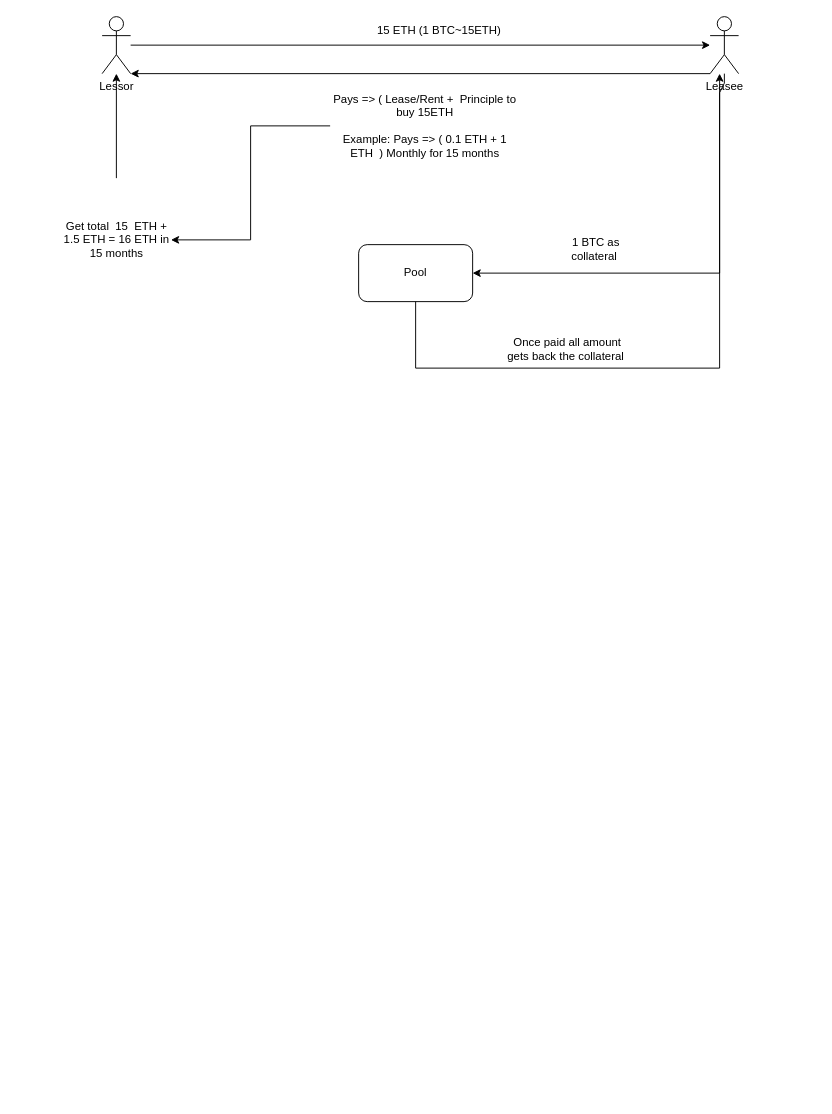
Above: Lease.drawio in web3dopamine/De-iFi (draw.io), before the change. Source tidied: cells renumbered, new cells numbered last; positions are measured from the earlier drawing's top-left corner, leaving out a move shared by most shapes. Both pictures are drawn from the tidied source at 95%, with x=0, y=0 at pixel (62, 16).
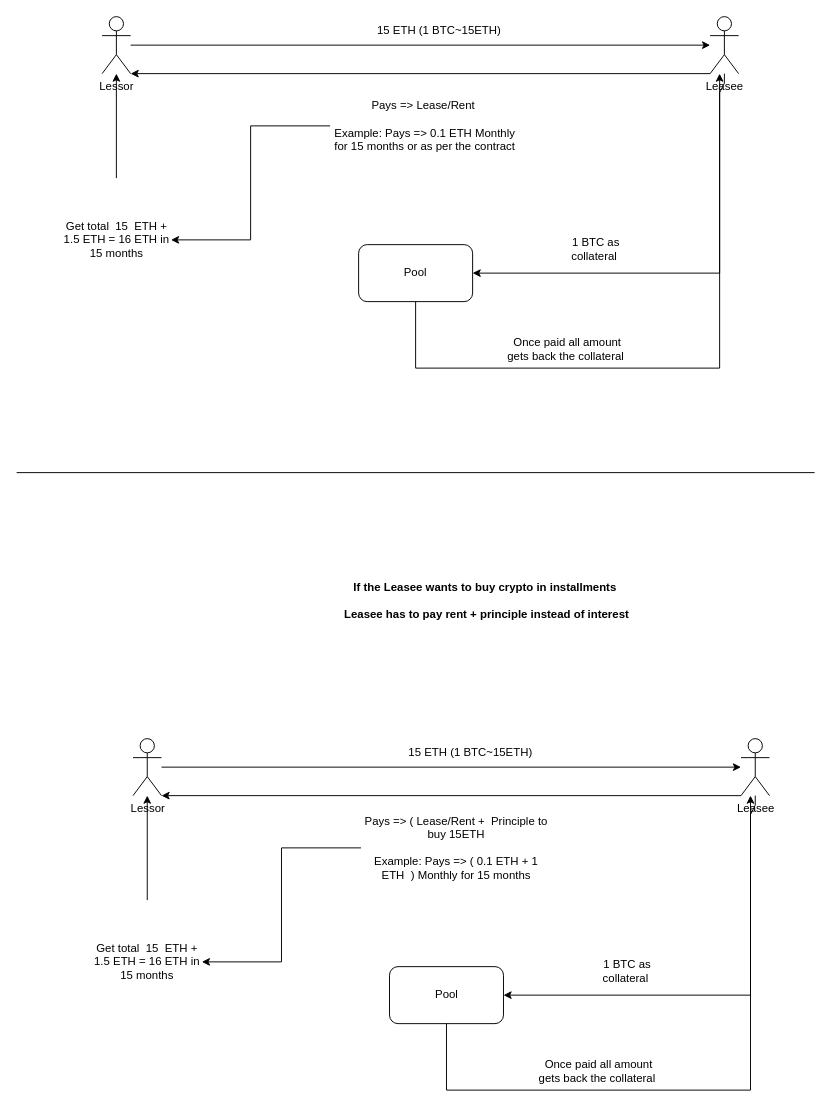
The same page after the edit.

What changed in the source:
```diff
@@
-    <mxCell id="11" value="Pays =&amp;gt; ( Lease/Rent +&amp;nbsp; Principle to buy 15ETH&lt;br&gt;&lt;br&gt;Example: Pays =&amp;gt; ( 0.1 ETH + 1 ETH&amp;nbsp; ) Monthly for 15 months&lt;br&gt;" style="text;html=1;strokeColor=none;fillColor=none;align=center;verticalAlign=middle;whiteSpace=wrap;rounded=0;" parent="1" vertex="1">
+    <mxCell id="11" value="Pays =&amp;gt; Lease/Rent&amp;nbsp;&lt;br&gt;&lt;br&gt;Example: Pays =&amp;gt; 0.1 ETH Monthly for 15 months or as per the contract" style="text;html=1;strokeColor=none;fillColor=none;align=center;verticalAlign=middle;whiteSpace=wrap;rounded=0;" parent="1" vertex="1">
       <mxGeometry x="282" y="60" width="200" height="110" as="geometry" />
     </mxCell>
@@
+    <mxCell id="16" value="Lessor" style="shape=umlActor;verticalLabelPosition=bottom;verticalAlign=top;html=1;outlineConnect=0;" parent="1" vertex="1">
+      <mxGeometry x="74.5" y="760" width="30" height="60" as="geometry" />
+    </mxCell>
+    <mxCell id="17" value="Leasee" style="shape=umlActor;verticalLabelPosition=bottom;verticalAlign=top;html=1;outlineConnect=0;" parent="1" vertex="1">
+      <mxGeometry x="714.5" y="760" width="30" height="60" as="geometry" />
+    </mxCell>
+    <mxCell id="18" value="Pool" style="rounded=1;whiteSpace=wrap;html=1;" parent="1" vertex="1">
+      <mxGeometry x="344.5" y="1000" width="120" height="60" as="geometry" />
+    </mxCell>
+    <mxCell id="19" style="endArrow=classic;html=1;rounded=0;entryX=1;entryY=0.5;entryDx=0;entryDy=0;" parent="1" edge="1" source="17" target="18">
+      <mxGeometry relative="1" as="geometry">
+        <Array as="points">
+          <mxPoint x="729.5" y="830" />
+          <mxPoint x="724.5" y="840" />
+          <mxPoint x="724.5" y="1030" />
+        </Array>
+      </mxGeometry>
+    </mxCell>
+    <mxCell id="20" value="1 BTC as collateral&amp;nbsp;" style="text;html=1;strokeColor=none;fillColor=none;align=center;verticalAlign=middle;whiteSpace=wrap;rounded=0;" parent="1" vertex="1">
+      <mxGeometry x="564.5" y="990" width="60" height="30" as="geometry" />
+    </mxCell>
+    <mxCell id="21" style="endArrow=classic;html=1;rounded=0;" parent="1" edge="1" source="16" target="17">
+      <mxGeometry relative="1" as="geometry" />
+    </mxCell>
+    <mxCell id="22" value="15 ETH (1 BTC~15ETH)" style="text;html=1;strokeColor=none;fillColor=none;align=center;verticalAlign=middle;whiteSpace=wrap;rounded=0;" parent="1" vertex="1">
+      <mxGeometry x="354.5" y="760" width="150" height="30" as="geometry" />
+    </mxCell>
+    <mxCell id="23" style="endArrow=classic;html=1;rounded=0;exitX=0;exitY=1;exitDx=0;exitDy=0;exitPerimeter=0;entryX=1;entryY=1;entryDx=0;entryDy=0;entryPerimeter=0;" parent="1" edge="1" source="17" target="16">
+      <mxGeometry relative="1" as="geometry" />
+    </mxCell>
+    <mxCell id="24" style="edgeStyle=orthogonalEdgeStyle;rounded=0;jettySize=auto;html=1;" parent="1" edge="1" source="25" target="27">
+      <mxGeometry relative="1" as="geometry" />
+    </mxCell>
+    <mxCell id="25" value="Pays =&amp;gt; ( Lease/Rent +&amp;nbsp; Principle to buy 15ETH&lt;br&gt;&lt;br&gt;Example: Pays =&amp;gt; ( 0.1 ETH + 1 ETH&amp;nbsp; ) Monthly for 15 months&lt;br&gt;" style="text;html=1;strokeColor=none;fillColor=none;align=center;verticalAlign=middle;whiteSpace=wrap;rounded=0;" parent="1" vertex="1">
+      <mxGeometry x="314.5" y="820" width="200" height="110" as="geometry" />
+    </mxCell>
+    <mxCell id="26" style="edgeStyle=orthogonalEdgeStyle;rounded=0;jettySize=auto;html=1;" parent="1" edge="1" source="27" target="16">
+      <mxGeometry relative="1" as="geometry" />
+    </mxCell>
+    <mxCell id="27" value="Get total&amp;nbsp; 15&amp;nbsp; ETH + 1.5 ETH = 16 ETH in 15 months" style="text;html=1;strokeColor=none;fillColor=none;align=center;verticalAlign=middle;whiteSpace=wrap;rounded=0;" parent="1" vertex="1">
+      <mxGeometry x="32" y="930" width="115" height="130" as="geometry" />
+    </mxCell>
+    <mxCell id="28" style="endArrow=classic;html=1;rounded=0;" parent="1" edge="1">
+      <mxGeometry relative="1" as="geometry">
+        <mxPoint x="404.5" y="1060" as="sourcePoint" />
+        <mxPoint x="724.5" y="820" as="targetPoint" />
+        <Array as="points">
+          <mxPoint x="404.5" y="1130" />
+          <mxPoint x="724.5" y="1130" />
+        </Array>
+      </mxGeometry>
+    </mxCell>
+    <mxCell id="29" value="Once paid all amount gets back the collateral&amp;nbsp;" style="text;html=1;strokeColor=none;fillColor=none;align=center;verticalAlign=middle;whiteSpace=wrap;rounded=0;" parent="1" vertex="1">
+      <mxGeometry x="494.5" y="1095" width="140" height="30" as="geometry" />
+    </mxCell>
+    <mxCell id="30" style="endArrow=none;html=1;rounded=0;" parent="1" edge="1">
+      <mxGeometry relative="1" as="geometry">
+        <mxPoint x="-48" y="480" as="sourcePoint" />
+        <mxPoint x="792" y="480" as="targetPoint" />
+      </mxGeometry>
+    </mxCell>
+    <mxCell id="31" value="&lt;b&gt;If the Leasee wants to buy crypto in installments&amp;nbsp;&lt;br&gt;&lt;br&gt;Leasee has to pay rent + principle instead of interest&lt;/b&gt;" style="text;html=1;strokeColor=none;fillColor=none;align=center;verticalAlign=middle;whiteSpace=wrap;rounded=0;" parent="1" vertex="1">
+      <mxGeometry x="222" y="560" width="450" height="110" as="geometry" />
+    </mxCell>
```
